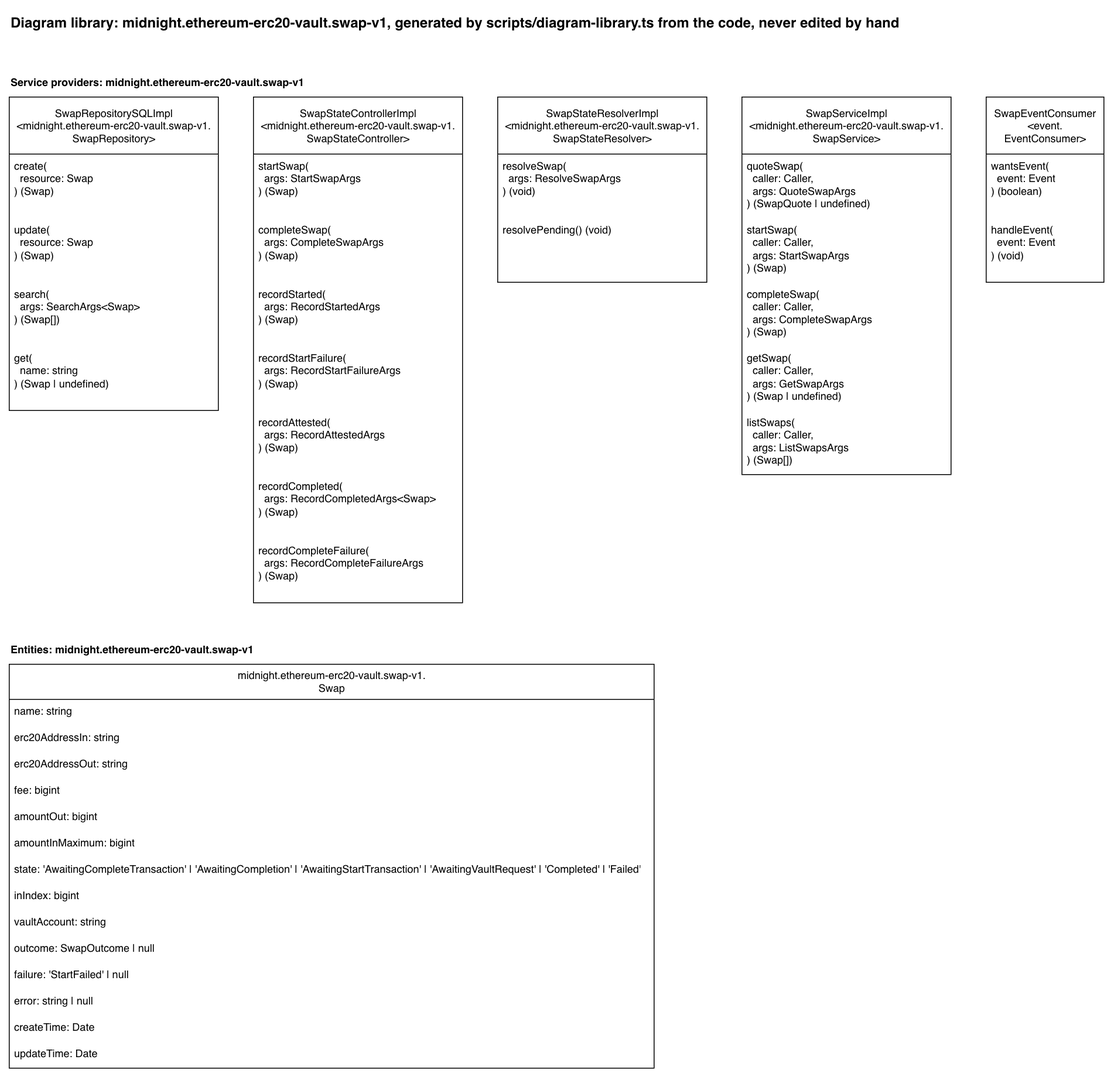
Earlier version of the draw.io export docs/diagram-library/midnight/ethereum-erc20-vault/swap-v1/diagram-library.drawio.png (sig-net/full-stack-demo). Source tidied: cells renumbered, new cells last; positions are measured from the earlier drawing's top-left corner, leaving out a move shared by most shapes.
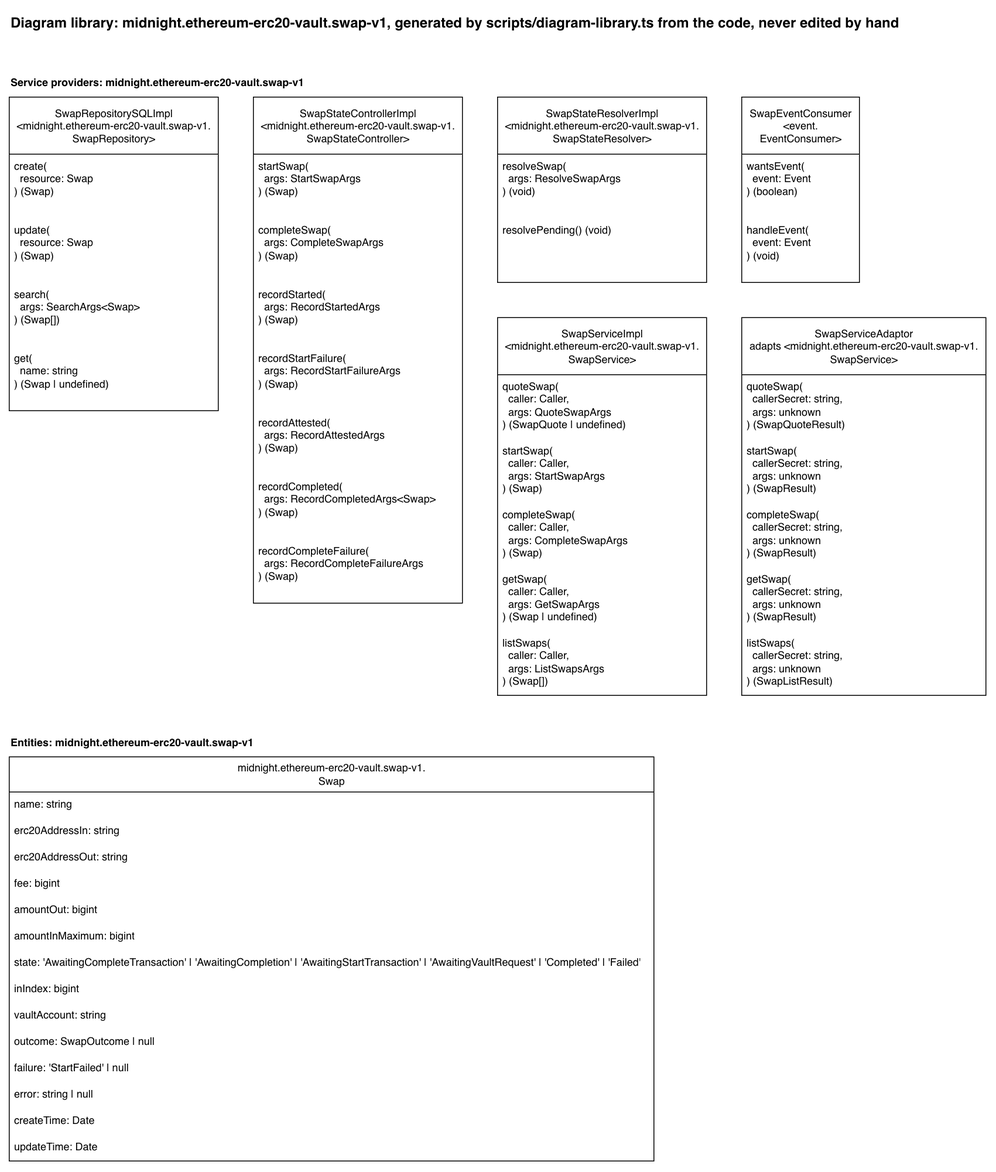
The same diagram one commit later.

What changed in the source:
```diff
@@ -57,7 +57,7 @@
       <mxGeometry y="138" width="238" height="73" as="geometry" />
     </mxCell>
     <mxCell id="20" value="SwapServiceImpl&lt;br&gt;&amp;lt;midnight.ethereum-erc20-vault.swap-v1.&lt;br&gt;SwapService&amp;gt;" style="swimlane;fontStyle=0;horizontal=1;startSize=65;fillColor=default;html=1;fillStyle=solid;" parent="1" vertex="1">
-      <mxGeometry x="834" y="100" width="238" height="430" as="geometry" />
+      <mxGeometry x="556" y="351" width="238" height="430" as="geometry" />
     </mxCell>
     <mxCell id="21" value="quoteSwap(&lt;br&gt;&amp;nbsp; caller: Caller,&lt;br&gt;&amp;nbsp; args: QuoteSwapArgs&lt;br&gt;) (SwapQuote | undefined)" style="text;strokeColor=none;fillColor=none;align=left;verticalAlign=top;spacingLeft=4;spacingRight=4;overflow=hidden;whiteSpace=wrap;html=1;" parent="20" vertex="1">
       <mxGeometry y="65" width="238" height="73" as="geometry" />
@@ -75,7 +75,7 @@
       <mxGeometry y="357" width="238" height="73" as="geometry" />
     </mxCell>
     <mxCell id="26" value="SwapEventConsumer&lt;br&gt;&amp;lt;event.&lt;br&gt;EventConsumer&amp;gt;" style="swimlane;fontStyle=0;horizontal=1;startSize=65;fillColor=default;html=1;fillStyle=solid;" parent="1" vertex="1">
-      <mxGeometry x="1112" y="100" width="134" height="211" as="geometry" />
+      <mxGeometry x="834" y="100" width="134" height="211" as="geometry" />
     </mxCell>
     <mxCell id="27" value="wantsEvent(&lt;br&gt;&amp;nbsp; event: Event&lt;br&gt;) (boolean)" style="text;strokeColor=none;fillColor=none;align=left;verticalAlign=top;spacingLeft=4;spacingRight=4;overflow=hidden;whiteSpace=wrap;html=1;" parent="26" vertex="1">
       <mxGeometry y="65" width="134" height="73" as="geometry" />
@@ -83,11 +83,29 @@
     <mxCell id="28" value="handleEvent(&lt;br&gt;&amp;nbsp; event: Event&lt;br&gt;) (void)" style="text;strokeColor=none;fillColor=none;align=left;verticalAlign=top;spacingLeft=4;spacingRight=4;overflow=hidden;whiteSpace=wrap;html=1;" parent="26" vertex="1">
       <mxGeometry y="138" width="134" height="73" as="geometry" />
     </mxCell>
+    <mxCell id="45" value="SwapServiceAdaptor&lt;br&gt;adapts &amp;lt;midnight.ethereum-erc20-vault.swap-v1.&lt;br&gt;SwapService&amp;gt;" style="swimlane;fontStyle=0;horizontal=1;startSize=65;fillColor=default;html=1;fillStyle=solid;" parent="1" vertex="1">
+      <mxGeometry x="834" y="351" width="278" height="430" as="geometry" />
+    </mxCell>
+    <mxCell id="46" value="quoteSwap(&lt;br&gt;&amp;nbsp; callerSecret: string,&lt;br&gt;&amp;nbsp; args: unknown&lt;br&gt;) (SwapQuoteResult)" style="text;strokeColor=none;fillColor=none;align=left;verticalAlign=top;spacingLeft=4;spacingRight=4;overflow=hidden;whiteSpace=wrap;html=1;" parent="45" vertex="1">
+      <mxGeometry y="65" width="278" height="73" as="geometry" />
+    </mxCell>
+    <mxCell id="47" value="startSwap(&lt;br&gt;&amp;nbsp; callerSecret: string,&lt;br&gt;&amp;nbsp; args: unknown&lt;br&gt;) (SwapResult)" style="text;strokeColor=none;fillColor=none;align=left;verticalAlign=top;spacingLeft=4;spacingRight=4;overflow=hidden;whiteSpace=wrap;html=1;" parent="45" vertex="1">
+      <mxGeometry y="138" width="278" height="73" as="geometry" />
+    </mxCell>
+    <mxCell id="48" value="completeSwap(&lt;br&gt;&amp;nbsp; callerSecret: string,&lt;br&gt;&amp;nbsp; args: unknown&lt;br&gt;) (SwapResult)" style="text;strokeColor=none;fillColor=none;align=left;verticalAlign=top;spacingLeft=4;spacingRight=4;overflow=hidden;whiteSpace=wrap;html=1;" parent="45" vertex="1">
+      <mxGeometry y="211" width="278" height="73" as="geometry" />
+    </mxCell>
+    <mxCell id="49" value="getSwap(&lt;br&gt;&amp;nbsp; callerSecret: string,&lt;br&gt;&amp;nbsp; args: unknown&lt;br&gt;) (SwapResult)" style="text;strokeColor=none;fillColor=none;align=left;verticalAlign=top;spacingLeft=4;spacingRight=4;overflow=hidden;whiteSpace=wrap;html=1;" parent="45" vertex="1">
+      <mxGeometry y="284" width="278" height="73" as="geometry" />
+    </mxCell>
+    <mxCell id="50" value="listSwaps(&lt;br&gt;&amp;nbsp; callerSecret: string,&lt;br&gt;&amp;nbsp; args: unknown&lt;br&gt;) (SwapListResult)" style="text;strokeColor=none;fillColor=none;align=left;verticalAlign=top;spacingLeft=4;spacingRight=4;overflow=hidden;whiteSpace=wrap;html=1;" parent="45" vertex="1">
+      <mxGeometry y="357" width="278" height="73" as="geometry" />
+    </mxCell>
     <mxCell id="29" value="Entities: midnight.ethereum-erc20-vault.swap-v1" style="text;html=1;fontStyle=1;" parent="1" vertex="1">
-      <mxGeometry y="716" width="303" height="20" as="geometry" />
+      <mxGeometry y="821" width="303" height="20" as="geometry" />
     </mxCell>
     <mxCell id="30" value="midnight.ethereum-erc20-vault.swap-v1.&lt;br&gt;Swap" style="swimlane;fontStyle=0;horizontal=1;startSize=40;fillColor=default;html=1;fillStyle=solid;" parent="1" vertex="1">
-      <mxGeometry y="746" width="734" height="460" as="geometry" />
+      <mxGeometry y="851" width="734" height="460" as="geometry" />
     </mxCell>
     <mxCell id="31" value="name: string" style="text;strokeColor=none;fillColor=none;align=left;verticalAlign=top;spacingLeft=4;spacingRight=4;overflow=hidden;whiteSpace=wrap;html=1;" parent="30" vertex="1">
       <mxGeometry y="40" width="734" height="30" as="geometry" />
```
